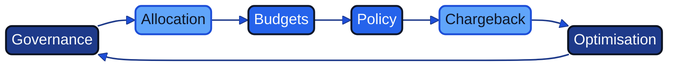
This is docs/images/diagram_16_finops_cycle.png from Geonitab/architecture_as_code, a Mermaid export, as it was before one commit. Its source is kept beside it as docs/images/diagram_16_finops_cycle.mmd. Its diagram source:
```mermaid
graph LR
    A[Governance]:::geon-primary --> B[Allocation]:::geon-highlight
    B --> C[Budgets]:::geon-accent
    C --> D[Policy]:::geon-accent
    D --> E[Chargeback]:::geon-highlight
    E --> F[Optimisation]:::geon-primary
    F --> A
```
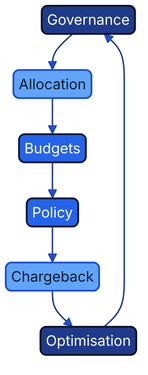
After the commit.

Change to the diagram source:
```diff
@@ -1,7 +1,7 @@
-graph LR
-    A[Governance]:::geon-primary --> B[Allocation]:::geon-highlight
-    B --> C[Budgets]:::geon-accent
-    C --> D[Policy]:::geon-accent
-    D --> E[Chargeback]:::geon-highlight
-    E --> F[Optimisation]:::geon-primary
+flowchart TB
+    A["Governance"]:::geon-primary --> B["Allocation"]:::geon-highlight
+    B --> C["Budgets"]:::geon-accent
+    C --> D["Policy"]:::geon-accent
+    D --> E["Chargeback"]:::geon-highlight
+    E --> F["Optimisation"]:::geon-primary
     F --> A
```
